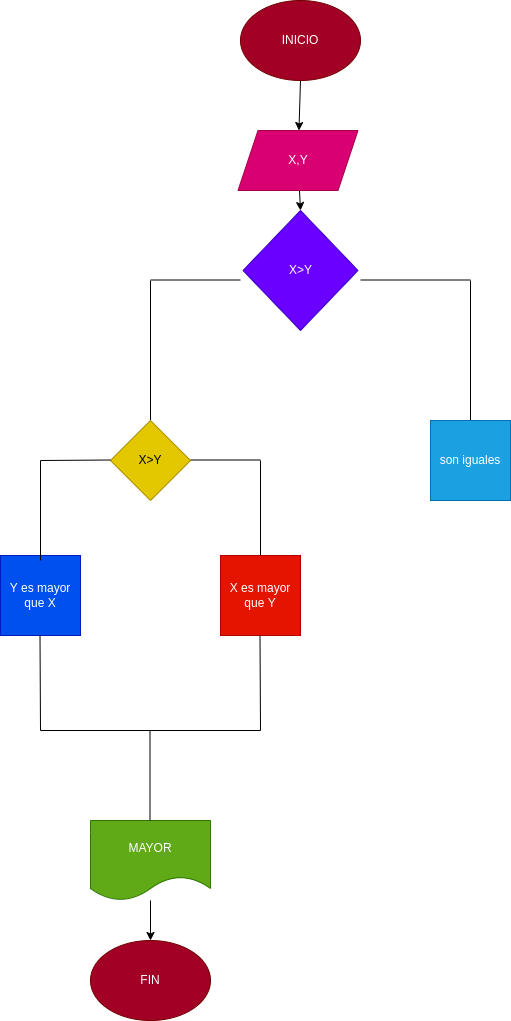
Before: diagrama.png, a diagram exported from draw.io (pasecolra/mayor_2enteros). Source tidied: cells renumbered, new cells last; positions are measured from the earlier drawing's top-left corner, leaving out a move shared by most shapes.
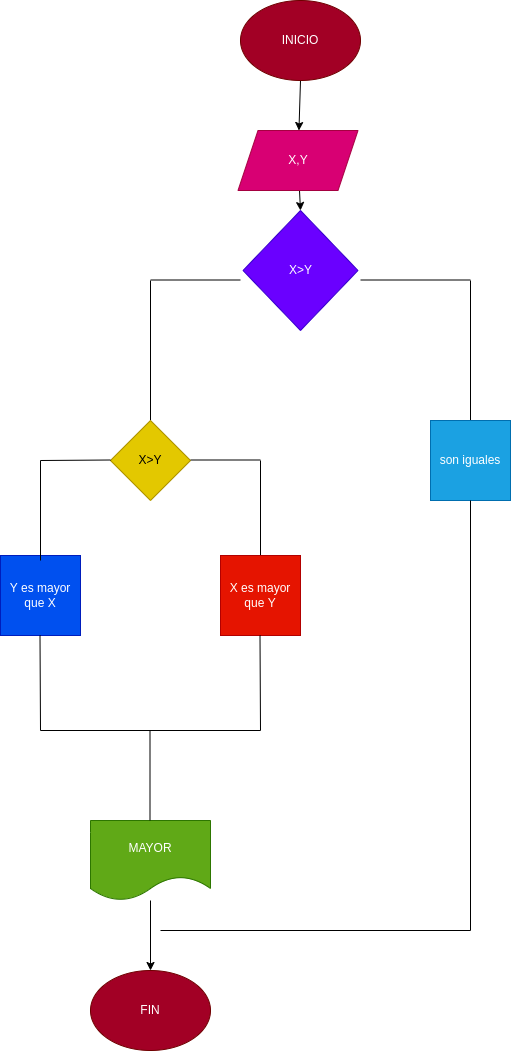
Later version of the same file.

Change to the diagram source:
```diff
@@ -58,7 +58,7 @@
       <mxGeometry x="240" width="120" height="80" as="geometry" />
     </mxCell>
     <mxCell id="15" value="FIN" style="ellipse;whiteSpace=wrap;html=1;fillColor=#a20025;fontColor=#ffffff;strokeColor=#6F0000;" parent="1" vertex="1">
-      <mxGeometry x="90" y="940" width="120" height="80" as="geometry" />
+      <mxGeometry x="90" y="970" width="120" height="80" as="geometry" />
     </mxCell>
     <mxCell id="16" value="X&amp;gt;Y" style="rhombus;whiteSpace=wrap;html=1;fillColor=#e3c800;fontColor=#000000;strokeColor=#B09500;" parent="1" vertex="1">
       <mxGeometry x="110" y="420" width="80" height="80" as="geometry" />
@@ -114,5 +114,17 @@
         <mxPoint x="149.5" y="730" as="targetPoint" />
       </mxGeometry>
     </mxCell>
+    <mxCell id="26" style="endArrow=none;html=1;" parent="1" edge="1">
+      <mxGeometry relative="1" as="geometry">
+        <mxPoint x="470" y="930" as="sourcePoint" />
+        <mxPoint x="470" y="500" as="targetPoint" />
+      </mxGeometry>
+    </mxCell>
+    <mxCell id="27" style="endArrow=none;html=1;" parent="1" edge="1">
+      <mxGeometry relative="1" as="geometry">
+        <mxPoint x="160" y="930" as="sourcePoint" />
+        <mxPoint x="470" y="930" as="targetPoint" />
+      </mxGeometry>
+    </mxCell>
   </root>
 </mxGraphModel>
```
